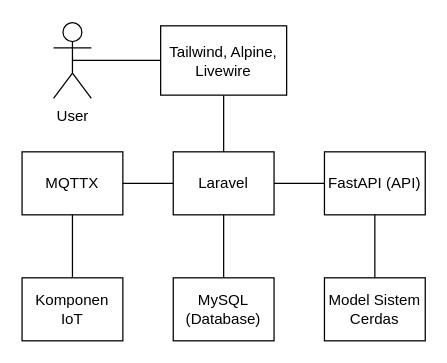
Before: docs/antarmuka.drawio in codebaradev/Simlab, a draw.io diagram. Source tidied: cells renumbered, new cells numbered last; positions are measured from the earlier drawing's top-left corner, leaving out a move shared by most shapes. Both pictures are drawn from the tidied source at 126%, with x=0, y=0 at pixel (21, 23).
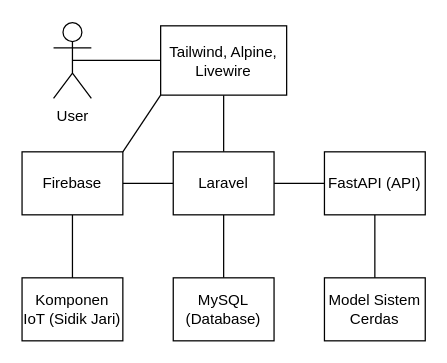
The same page after the edit.

Diff of the diagram source:
```diff
@@
 <mxGraphModel>
   <root>
     <mxCell id="0" />
     <mxCell id="1" parent="0" />
     <mxCell id="2" style="edgeStyle=none;html=1;exitX=0.5;exitY=0.5;exitDx=0;exitDy=0;exitPerimeter=0;entryX=0;entryY=0.5;entryDx=0;entryDy=0;endArrow=none;endFill=0;" parent="1" edge="1" source="3" target="6">
       <mxGeometry relative="1" as="geometry" />
     </mxCell>
     <mxCell id="3" value="User" style="shape=umlActor;verticalLabelPosition=bottom;verticalAlign=top;html=1;outlineConnect=0;" parent="1" vertex="1">
       <mxGeometry x="25" y="-0.5" width="30" height="60" as="geometry" />
     </mxCell>
     <mxCell id="4" style="edgeStyle=none;html=1;endArrow=none;endFill=0;" parent="1" edge="1" source="6" target="9">
       <mxGeometry relative="1" as="geometry" />
     </mxCell>
     <mxCell id="5" style="edgeStyle=none;html=1;endArrow=none;endFill=0;" parent="1" edge="1" source="9" target="16">
       <mxGeometry relative="1" as="geometry" />
     </mxCell>
     <mxCell id="6" value="Tailwind, Alpine, Livewire" style="rounded=0;whiteSpace=wrap;html=1;" parent="1" vertex="1">
       <mxGeometry x="110" y="2" width="100" height="55" as="geometry" />
     </mxCell>
     <mxCell id="7" style="edgeStyle=none;html=1;exitX=0.5;exitY=1;exitDx=0;exitDy=0;entryX=0.5;entryY=0;entryDx=0;entryDy=0;endArrow=none;endFill=0;" parent="1" edge="1" source="9" target="10">
       <mxGeometry relative="1" as="geometry" />
     </mxCell>
     <mxCell id="8" style="edgeStyle=none;html=1;exitX=1;exitY=0.5;exitDx=0;exitDy=0;entryX=0;entryY=0.5;entryDx=0;entryDy=0;endArrow=none;endFill=0;" parent="1" edge="1" source="9" target="13">
       <mxGeometry relative="1" as="geometry" />
     </mxCell>
     <mxCell id="9" value="Laravel" style="rounded=0;whiteSpace=wrap;html=1;" parent="1" vertex="1">
       <mxGeometry x="120" y="102" width="80" height="50" as="geometry" />
     </mxCell>
     <mxCell id="10" value="MySQL (Database)" style="rounded=0;whiteSpace=wrap;html=1;" parent="1" vertex="1">
       <mxGeometry x="120" y="202" width="80" height="50" as="geometry" />
     </mxCell>
     <mxCell id="11" value="Model Sistem Cerdas" style="rounded=0;whiteSpace=wrap;html=1;" parent="1" vertex="1">
       <mxGeometry x="240" y="202" width="80" height="50" as="geometry" />
     </mxCell>
     <mxCell id="12" style="edgeStyle=none;html=1;exitX=0.5;exitY=1;exitDx=0;exitDy=0;entryX=0.5;entryY=0;entryDx=0;entryDy=0;endArrow=none;endFill=0;" parent="1" edge="1" source="13" target="11">
       <mxGeometry relative="1" as="geometry" />
     </mxCell>
     <mxCell id="13" value="FastAPI (API)" style="rounded=0;whiteSpace=wrap;html=1;" parent="1" vertex="1">
       <mxGeometry x="240" y="102" width="80" height="50" as="geometry" />
     </mxCell>
-    <mxCell id="14" value="Komponen IoT" style="rounded=0;whiteSpace=wrap;html=1;" parent="1" vertex="1">
+    <mxCell id="14" value="Komponen IoT (Sidik Jari)" style="rounded=0;whiteSpace=wrap;html=1;" parent="1" vertex="1">
       <mxGeometry y="202" width="80" height="50" as="geometry" />
     </mxCell>
     <mxCell id="15" style="edgeStyle=none;html=1;exitX=0.5;exitY=1;exitDx=0;exitDy=0;endArrow=none;endFill=0;" parent="1" edge="1" source="16" target="14">
       <mxGeometry relative="1" as="geometry" />
     </mxCell>
+    <mxCell id="17" style="edgeStyle=none;html=1;exitX=1;exitY=0;exitDx=0;exitDy=0;entryX=0;entryY=1;entryDx=0;entryDy=0;endArrow=none;endFill=0;" parent="1" edge="1" source="16" target="6">
+      <mxGeometry relative="1" as="geometry" />
+    </mxCell>
-    <mxCell id="16" value="MQTTX" style="rounded=0;whiteSpace=wrap;html=1;" parent="1" vertex="1">
+    <mxCell id="16" value="Firebase" style="rounded=0;whiteSpace=wrap;html=1;" parent="1" vertex="1">
       <mxGeometry y="102" width="80" height="50" as="geometry" />
     </mxCell>
   </root>
 </mxGraphModel>
```
